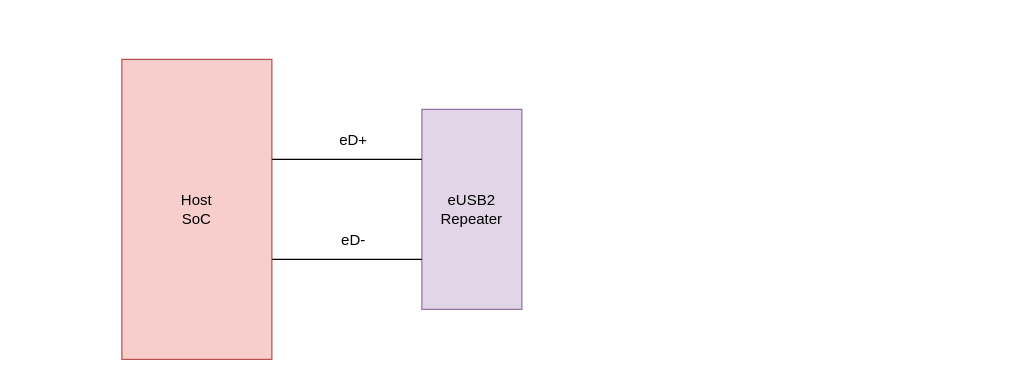
The draw.io diagram eUSB 介绍.drawio in Vinson-001/Blog-flow-chart, before the edit. Source tidied: cells renumbered, new cells numbered last; positions are measured from the earlier drawing's top-left corner, leaving out a move shared by most shapes. Both pictures are drawn from the tidied source at 125%, with x=0, y=0 at pixel (121, 59).
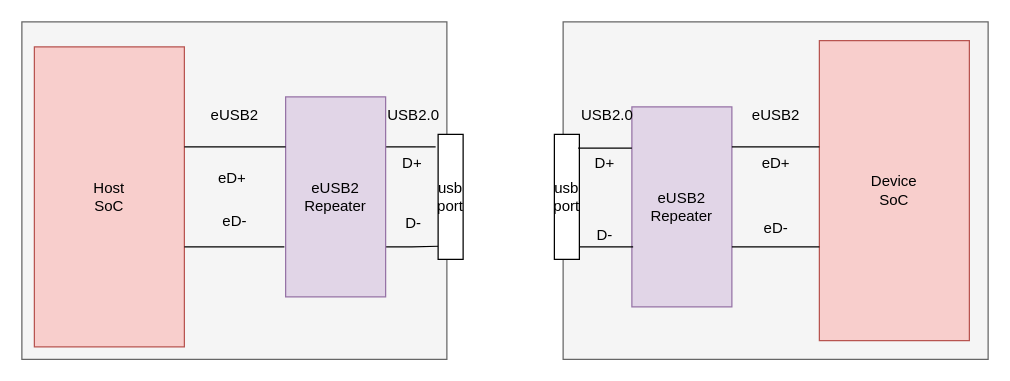
Above is the later version.

Change to the diagram source:
```diff
@@
+    <mxCell id="8" style="rounded=0;whiteSpace=wrap;html=1;fillColor=#f5f5f5;fontColor=#333333;strokeColor=#666666;" parent="1" vertex="1">
+      <mxGeometry x="-80" y="-30" width="340" height="270" as="geometry" />
+    </mxCell>
     <mxCell id="2" value="Host&lt;br&gt;SoC" style="rounded=0;whiteSpace=wrap;html=1;fillColor=#f8cecc;strokeColor=#b85450;" parent="1" vertex="1">
-      <mxGeometry width="120" height="240" as="geometry" />
+      <mxGeometry x="-70" y="-10" width="120" height="240" as="geometry" />
     </mxCell>
+    <mxCell id="9" style="edgeStyle=orthogonalEdgeStyle;rounded=0;jettySize=auto;html=1;exitX=1;exitY=0.25;exitDx=0;exitDy=0;entryX=-0.1;entryY=0.1;entryDx=0;entryDy=0;entryPerimeter=0;endArrow=none;endFill=0;" parent="1" edge="1" source="3" target="13">
+      <mxGeometry relative="1" as="geometry" />
+    </mxCell>
+    <mxCell id="10" style="edgeStyle=orthogonalEdgeStyle;rounded=0;jettySize=auto;html=1;exitX=1;exitY=0.75;exitDx=0;exitDy=0;entryX=0.025;entryY=0.895;entryDx=0;entryDy=0;entryPerimeter=0;endArrow=none;endFill=0;" parent="1" edge="1" source="3" target="13">
+      <mxGeometry relative="1" as="geometry" />
+    </mxCell>
     <mxCell id="3" value="eUSB2&lt;br&gt;Repeater" style="rounded=0;whiteSpace=wrap;html=1;fillColor=#e1d5e7;strokeColor=#9673a6;" parent="1" vertex="1">
-      <mxGeometry x="240" y="40" width="80" height="160" as="geometry" />
+      <mxGeometry x="131" y="30" width="80" height="160" as="geometry" />
     </mxCell>
     <mxCell id="4" style="endArrow=none;html=1;rounded=0;entryX=0;entryY=0.25;entryDx=0;entryDy=0;endFill=0;" parent="1" edge="1" target="3">
       <mxGeometry relative="1" as="geometry">
-        <mxPoint x="120" y="80" as="sourcePoint" />
+        <mxPoint x="50" y="70" as="sourcePoint" />
       </mxGeometry>
     </mxCell>
-    <mxCell id="5" style="endArrow=none;html=1;rounded=0;entryX=0;entryY=0.25;entryDx=0;entryDy=0;endFill=0;" parent="1" edge="1">
-      <mxGeometry relative="1" as="geometry">
-        <mxPoint x="120" y="160" as="sourcePoint" />
-        <mxPoint x="240" y="160" as="targetPoint" />
-      </mxGeometry>
-    </mxCell>
     <mxCell id="6" value="eD+" style="text;html=1;align=center;verticalAlign=middle;strokeColor=none;fillColor=none;" parent="1" vertex="1">
-      <mxGeometry x="160" y="50" width="50" height="30" as="geometry" />
+      <mxGeometry x="63" y="80" width="50" height="30" as="geometry" />
     </mxCell>
     <mxCell id="7" value="eD-" style="text;html=1;align=center;verticalAlign=middle;strokeColor=none;fillColor=none;" parent="1" vertex="1">
-      <mxGeometry x="165" y="130" width="40" height="30" as="geometry" />
+      <mxGeometry x="70" y="115" width="40" height="30" as="geometry" />
     </mxCell>
+    <mxCell id="11" value="eUSB2" style="text;html=1;align=center;verticalAlign=middle;strokeColor=none;fillColor=none;" parent="1" vertex="1">
+      <mxGeometry x="60" y="30" width="60" height="30" as="geometry" />
+    </mxCell>
+    <mxCell id="12" value="USB2.0" style="text;html=1;align=center;verticalAlign=middle;strokeColor=none;fillColor=none;" parent="1" vertex="1">
+      <mxGeometry x="203" y="30" width="60" height="30" as="geometry" />
+    </mxCell>
+    <mxCell id="13" value="usb&lt;br&gt;port" style="rounded=0;whiteSpace=wrap;html=1;" parent="1" vertex="1">
+      <mxGeometry x="253" y="60" width="20" height="100" as="geometry" />
+    </mxCell>
+    <mxCell id="14" value="D+" style="text;html=1;align=center;verticalAlign=middle;strokeColor=none;fillColor=none;" parent="1" vertex="1">
+      <mxGeometry x="212" y="68" width="40" height="30" as="geometry" />
+    </mxCell>
+    <mxCell id="15" value="D-" style="text;html=1;align=center;verticalAlign=middle;strokeColor=none;fillColor=none;" parent="1" vertex="1">
+      <mxGeometry x="213" y="116" width="40" height="30" as="geometry" />
+    </mxCell>
+    <mxCell id="16" style="endArrow=none;html=1;rounded=0;" parent="1" edge="1">
+      <mxGeometry relative="1" as="geometry">
+        <mxPoint x="50" y="150" as="sourcePoint" />
+        <mxPoint x="130" y="150" as="targetPoint" />
+      </mxGeometry>
+    </mxCell>
+    <mxCell id="17" style="rounded=0;whiteSpace=wrap;html=1;fillColor=#f5f5f5;fontColor=#333333;strokeColor=#666666;" parent="1" vertex="1">
+      <mxGeometry x="353" y="-30" width="340" height="270" as="geometry" />
+    </mxCell>
+    <mxCell id="18" value="Device&lt;br&gt;SoC" style="rounded=0;whiteSpace=wrap;html=1;fillColor=#f8cecc;strokeColor=#b85450;" parent="1" vertex="1">
+      <mxGeometry x="558" y="-15" width="120" height="240" as="geometry" />
+    </mxCell>
+    <mxCell id="19" value="eUSB2&lt;br&gt;Repeater" style="rounded=0;whiteSpace=wrap;html=1;fillColor=#e1d5e7;strokeColor=#9673a6;" parent="1" vertex="1">
+      <mxGeometry x="408" y="38" width="80" height="160" as="geometry" />
+    </mxCell>
+    <mxCell id="20" value="eD+" style="text;html=1;align=center;verticalAlign=middle;strokeColor=none;fillColor=none;" parent="1" vertex="1">
+      <mxGeometry x="498" y="68" width="50" height="30" as="geometry" />
+    </mxCell>
+    <mxCell id="21" value="eD-" style="text;html=1;align=center;verticalAlign=middle;strokeColor=none;fillColor=none;" parent="1" vertex="1">
+      <mxGeometry x="503" y="120" width="40" height="30" as="geometry" />
+    </mxCell>
+    <mxCell id="22" value="eUSB2" style="text;html=1;align=center;verticalAlign=middle;strokeColor=none;fillColor=none;" parent="1" vertex="1">
+      <mxGeometry x="493" y="30" width="60" height="30" as="geometry" />
+    </mxCell>
+    <mxCell id="23" value="USB2.0" style="text;html=1;align=center;verticalAlign=middle;strokeColor=none;fillColor=none;" parent="1" vertex="1">
+      <mxGeometry x="358" y="30" width="60" height="30" as="geometry" />
+    </mxCell>
+    <mxCell id="24" value="usb&lt;br&gt;port" style="rounded=0;whiteSpace=wrap;html=1;" parent="1" vertex="1">
+      <mxGeometry x="346" y="60" width="20" height="100" as="geometry" />
+    </mxCell>
+    <mxCell id="25" style="endArrow=none;html=1;rounded=0;entryX=0;entryY=0.25;entryDx=0;entryDy=0;endFill=0;" parent="1" edge="1">
+      <mxGeometry relative="1" as="geometry">
+        <mxPoint x="488" y="70" as="sourcePoint" />
+        <mxPoint x="558" y="70" as="targetPoint" />
+      </mxGeometry>
+    </mxCell>
+    <mxCell id="26" style="endArrow=none;html=1;rounded=0;entryX=0;entryY=0.25;entryDx=0;entryDy=0;endFill=0;" parent="1" edge="1">
+      <mxGeometry relative="1" as="geometry">
+        <mxPoint x="488" y="150" as="sourcePoint" />
+        <mxPoint x="558" y="150" as="targetPoint" />
+      </mxGeometry>
+    </mxCell>
+    <mxCell id="27" style="edgeStyle=orthogonalEdgeStyle;rounded=0;orthogonalLoop=1;jettySize=auto;html=1;exitX=1;exitY=0.75;exitDx=0;exitDy=0;entryX=0.025;entryY=0.895;entryDx=0;entryDy=0;entryPerimeter=0;endArrow=none;endFill=0;" parent="1" edge="1">
+      <mxGeometry relative="1" as="geometry">
+        <mxPoint x="366" y="150" as="sourcePoint" />
+        <mxPoint x="409" y="150" as="targetPoint" />
+      </mxGeometry>
+    </mxCell>
+    <mxCell id="28" style="edgeStyle=orthogonalEdgeStyle;rounded=0;orthogonalLoop=1;jettySize=auto;html=1;exitX=1;exitY=0.75;exitDx=0;exitDy=0;entryX=0.025;entryY=0.895;entryDx=0;entryDy=0;entryPerimeter=0;endArrow=none;endFill=0;" parent="1" edge="1">
+      <mxGeometry relative="1" as="geometry">
+        <mxPoint x="365" y="71" as="sourcePoint" />
+        <mxPoint x="408" y="71" as="targetPoint" />
+      </mxGeometry>
+    </mxCell>
+    <mxCell id="29" value="D+" style="text;html=1;align=center;verticalAlign=middle;strokeColor=none;fillColor=none;" parent="1" vertex="1">
+      <mxGeometry x="366" y="68" width="40" height="30" as="geometry" />
+    </mxCell>
+    <mxCell id="30" value="D-" style="text;html=1;align=center;verticalAlign=middle;strokeColor=none;fillColor=none;" parent="1" vertex="1">
+      <mxGeometry x="366" y="126" width="40" height="30" as="geometry" />
+    </mxCell>
```
